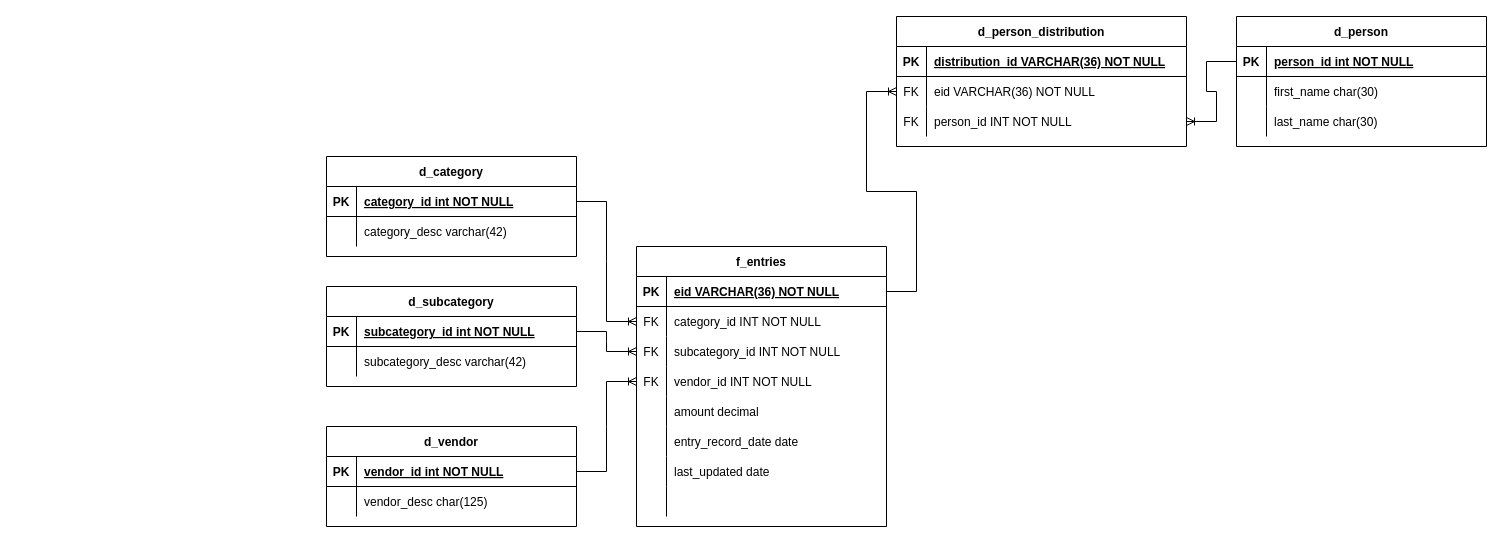
Above: diagram/finance_star_schema.drawio in fatteryacid/penny (draw.io), before the change. Source tidied: cells renumbered, new cells numbered last; positions are measured from the earlier drawing's top-left corner, leaving out a move shared by most shapes. Both pictures are drawn from the tidied source at 100%, with x=0, y=0 at pixel (326, 16).
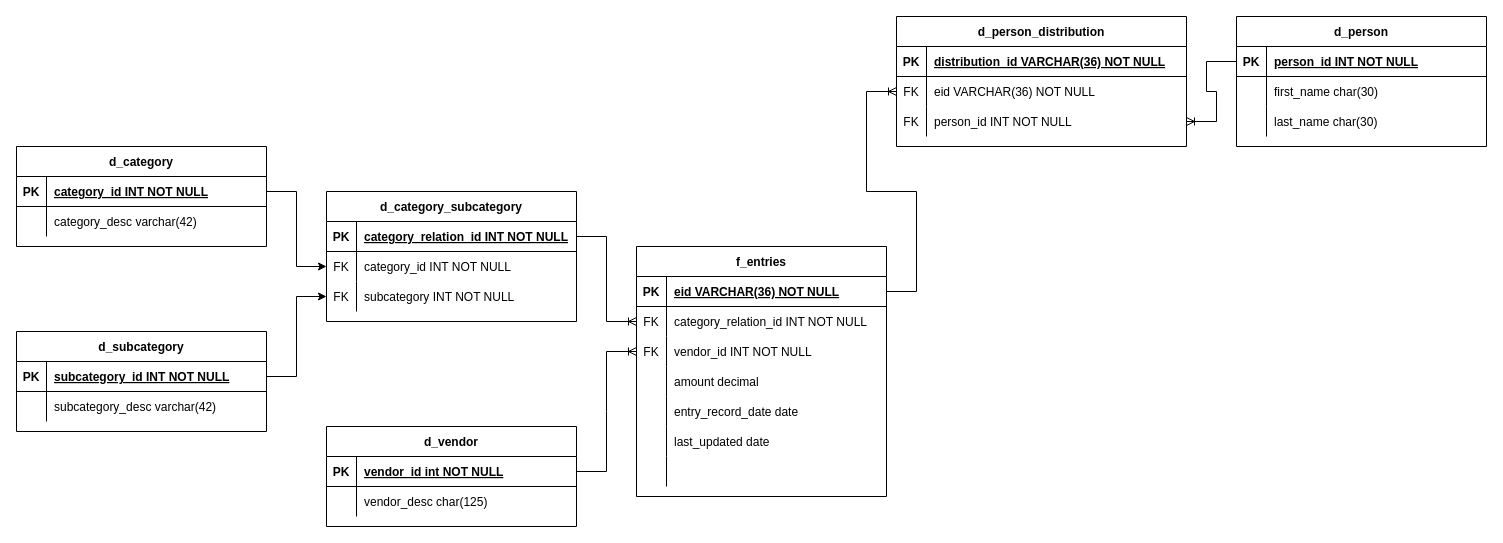
The same diagram, later.

Commit message:
Reworked category and subcategory relation to fact table

The change refers to these unchanged cells:
```xml
<mxCell id="3" style="shape=partialRectangle;fillColor=none;points=[[0,0.5],[1,0.5]];portConstraint=eastwest;top=0;left=0;right=0;bottom=1;" parent="2" vertex="1">
  <mxGeometry y="30" width="250" height="30" as="geometry" />
</mxCell>
<mxCell id="13" style="shape=partialRectangle;fillColor=none;points=[[0,0.5],[1,0.5]];portConstraint=eastwest;top=0;left=0;right=0;bottom=1;" parent="12" vertex="1">
  <mxGeometry y="30" width="250" height="30" as="geometry" />
</mxCell>
<mxCell id="23" style="shape=partialRectangle;fillColor=none;points=[[0,0.5],[1,0.5]];portConstraint=eastwest;top=0;left=0;right=0;bottom=0;" parent="19" vertex="1">
  <mxGeometry y="60" width="250" height="30" as="geometry" />
</mxCell>
<mxCell id="45" style="shape=partialRectangle;fillColor=none;points=[[0,0.5],[1,0.5]];portConstraint=eastwest;top=0;left=0;right=0;bottom=1;" parent="44" vertex="1">
  <mxGeometry y="30" width="250" height="30" as="geometry" />
</mxCell>
```

The edit, as a diff of the source:
```diff
@@
-    <mxCell id="5" value="person_id int NOT NULL" style="shape=partialRectangle;overflow=hidden;fillColor=none;top=0;left=0;bottom=0;right=0;align=left;spacingLeft=6;fontStyle=5;" parent="3" vertex="1">
+    <mxCell id="5" value="person_id INT NOT NULL" style="shape=partialRectangle;overflow=hidden;fillColor=none;top=0;left=0;bottom=0;right=0;align=left;spacingLeft=6;fontStyle=5;" parent="3" vertex="1">
       <mxGeometry x="30" width="220" height="30" as="geometry" />
     </mxCell>
@@
     <mxCell id="12" value="d_category" style="shape=table;startSize=30;childLayout=tableLayout;rowLines=0;fontStyle=1;align=center;" parent="1" vertex="1">
-      <mxGeometry y="140" width="250" height="100" as="geometry" />
+      <mxGeometry x="-310" y="130" width="250" height="100" as="geometry" />
     </mxCell>
@@
-    <mxCell id="15" value="category_id int NOT NULL" style="shape=partialRectangle;overflow=hidden;fillColor=none;top=0;left=0;bottom=0;right=0;align=left;spacingLeft=6;fontStyle=5;" parent="13" vertex="1">
+    <mxCell id="15" value="category_id INT NOT NULL" style="shape=partialRectangle;overflow=hidden;fillColor=none;top=0;left=0;bottom=0;right=0;align=left;spacingLeft=6;fontStyle=5;" parent="13" vertex="1">
       <mxGeometry x="30" width="220" height="30" as="geometry" />
     </mxCell>
@@
     <mxCell id="19" value="f_entries" style="shape=table;startSize=30;childLayout=tableLayout;rowLines=0;fontStyle=1;align=center;" parent="1" vertex="1">
-      <mxGeometry x="310" y="230" width="250" height="280" as="geometry" />
+      <mxGeometry x="310" y="230" width="250" height="250" as="geometry" />
     </mxCell>
@@
-    <mxCell id="25" value="category_id INT NOT NULL" style="shape=partialRectangle;overflow=hidden;fillColor=none;top=0;left=0;bottom=0;right=0;align=left;spacingLeft=6;" parent="23" vertex="1">
+    <mxCell id="25" value="category_relation_id INT NOT NULL" style="shape=partialRectangle;overflow=hidden;fillColor=none;top=0;left=0;bottom=0;right=0;align=left;spacingLeft=6;" parent="23" vertex="1">
       <mxGeometry x="30" width="220" height="30" as="geometry" />
     </mxCell>
-    <mxCell id="26" style="shape=partialRectangle;fillColor=none;points=[[0,0.5],[1,0.5]];portConstraint=eastwest;top=0;left=0;right=0;bottom=0;" parent="19" vertex="1">
-      <mxGeometry y="90" width="250" height="30" as="geometry" />
-    </mxCell>
-    <mxCell id="27" value="FK" style="shape=partialRectangle;overflow=hidden;fillColor=none;top=0;left=0;bottom=0;right=0;" parent="26" vertex="1">
-      <mxGeometry width="30" height="30" as="geometry" />
-    </mxCell>
-    <mxCell id="28" value="subcategory_id INT NOT NULL" style="shape=partialRectangle;overflow=hidden;fillColor=none;top=0;left=0;bottom=0;right=0;align=left;spacingLeft=6;" parent="26" vertex="1">
-      <mxGeometry x="30" width="220" height="30" as="geometry" />
-    </mxCell>
     <mxCell id="29" style="shape=partialRectangle;fillColor=none;points=[[0,0.5],[1,0.5]];portConstraint=eastwest;top=0;left=0;right=0;bottom=0;" parent="19" vertex="1">
-      <mxGeometry y="120" width="250" height="30" as="geometry" />
+      <mxGeometry y="90" width="250" height="30" as="geometry" />
     </mxCell>
@@
     <mxCell id="32" style="shape=partialRectangle;fillColor=none;top=0;left=0;right=0;bottom=0;" parent="19" vertex="1">
-      <mxGeometry y="150" width="250" height="30" as="geometry" />
+      <mxGeometry y="120" width="250" height="30" as="geometry" />
     </mxCell>
@@
     <mxCell id="35" style="shape=partialRectangle;fillColor=none;top=0;left=0;right=0;bottom=0;" parent="19" vertex="1">
-      <mxGeometry y="180" width="250" height="30" as="geometry" />
+      <mxGeometry y="150" width="250" height="30" as="geometry" />
     </mxCell>
@@
     <mxCell id="38" style="shape=partialRectangle;fillColor=none;top=0;left=0;right=0;bottom=0;" parent="19" vertex="1">
-      <mxGeometry y="210" width="250" height="30" as="geometry" />
+      <mxGeometry y="180" width="250" height="30" as="geometry" />
     </mxCell>
@@
     <mxCell id="41" style="shape=partialRectangle;fillColor=none;top=0;left=0;right=0;bottom=0;" parent="19" vertex="1">
-      <mxGeometry y="240" width="250" height="30" as="geometry" />
+      <mxGeometry y="210" width="250" height="30" as="geometry" />
     </mxCell>
@@
     <mxCell id="44" value="d_subcategory" style="shape=table;startSize=30;childLayout=tableLayout;rowLines=0;fontStyle=1;align=center;" parent="1" vertex="1">
-      <mxGeometry y="270" width="250" height="100" as="geometry" />
+      <mxGeometry x="-310" y="315" width="250" height="100" as="geometry" />
     </mxCell>
@@
-    <mxCell id="47" value="subcategory_id int NOT NULL" style="shape=partialRectangle;overflow=hidden;fillColor=none;top=0;left=0;bottom=0;right=0;align=left;spacingLeft=6;fontStyle=5;" parent="45" vertex="1">
+    <mxCell id="47" value="subcategory_id INT NOT NULL" style="shape=partialRectangle;overflow=hidden;fillColor=none;top=0;left=0;bottom=0;right=0;align=left;spacingLeft=6;fontStyle=5;" parent="45" vertex="1">
       <mxGeometry x="30" width="220" height="30" as="geometry" />
     </mxCell>
@@
-    <mxCell id="68" style="edgeStyle=entityRelationEdgeStyle;fontSize=12;html=1;endArrow=ERoneToMany;rounded=0;exitX=1;exitY=0.5;exitDx=0;exitDy=0;entryX=0;entryY=0.5;entryDx=0;entryDy=0;" parent="1" edge="1" source="45" target="26">
-      <mxGeometry relative="1" as="geometry" />
-    </mxCell>
@@
-    <mxCell id="70" style="edgeStyle=entityRelationEdgeStyle;fontSize=12;html=1;endArrow=ERoneToMany;rounded=0;exitX=1;exitY=0.5;exitDx=0;exitDy=0;entryX=0;entryY=0.5;entryDx=0;entryDy=0;" parent="1" edge="1" source="13" target="23">
-      <mxGeometry relative="1" as="geometry" />
-    </mxCell>
@@
+    <mxCell id="73" value="d_category_subcategory" style="shape=table;startSize=30;childLayout=tableLayout;rowLines=0;fontStyle=1;align=center;" parent="1" vertex="1">
+      <mxGeometry y="175" width="250" height="130" as="geometry" />
+    </mxCell>
+    <mxCell id="74" style="shape=partialRectangle;fillColor=none;points=[[0,0.5],[1,0.5]];portConstraint=eastwest;top=0;left=0;right=0;bottom=1;" parent="73" vertex="1">
+      <mxGeometry y="30" width="250" height="30" as="geometry" />
+    </mxCell>
+    <mxCell id="75" value="PK" style="shape=partialRectangle;overflow=hidden;fillColor=none;top=0;left=0;bottom=0;right=0;fontStyle=1;" parent="74" vertex="1">
+      <mxGeometry width="30" height="30" as="geometry" />
+    </mxCell>
+    <mxCell id="76" value="category_relation_id INT NOT NULL" style="shape=partialRectangle;overflow=hidden;fillColor=none;top=0;left=0;bottom=0;right=0;align=left;spacingLeft=6;fontStyle=5;" parent="74" vertex="1">
+      <mxGeometry x="30" width="220" height="30" as="geometry" />
+    </mxCell>
+    <mxCell id="77" style="shape=partialRectangle;fillColor=none;points=[[0,0.5],[1,0.5]];portConstraint=eastwest;top=0;left=0;right=0;bottom=0;" parent="73" vertex="1">
+      <mxGeometry y="60" width="250" height="30" as="geometry" />
+    </mxCell>
+    <mxCell id="78" value="FK" style="shape=partialRectangle;overflow=hidden;fillColor=none;top=0;left=0;bottom=0;right=0;" parent="77" vertex="1">
+      <mxGeometry width="30" height="30" as="geometry" />
+    </mxCell>
+    <mxCell id="79" value="category_id INT NOT NULL" style="shape=partialRectangle;overflow=hidden;fillColor=none;top=0;left=0;bottom=0;right=0;align=left;spacingLeft=6;" parent="77" vertex="1">
+      <mxGeometry x="30" width="220" height="30" as="geometry" />
+    </mxCell>
+    <mxCell id="26" style="shape=partialRectangle;fillColor=none;points=[[0,0.5],[1,0.5]];portConstraint=eastwest;top=0;left=0;right=0;bottom=0;" parent="73" vertex="1">
+      <mxGeometry y="90" width="250" height="30" as="geometry" />
+    </mxCell>
+    <mxCell id="80" value="FK" style="shape=partialRectangle;overflow=hidden;fillColor=none;top=0;left=0;bottom=0;right=0;" parent="26" vertex="1">
+      <mxGeometry width="30" height="30" as="geometry" />
+    </mxCell>
+    <mxCell id="81" value="subcategory INT NOT NULL" style="shape=partialRectangle;overflow=hidden;fillColor=none;top=0;left=0;bottom=0;right=0;align=left;spacingLeft=6;" parent="26" vertex="1">
+      <mxGeometry x="30" width="220" height="30" as="geometry" />
+    </mxCell>
+    <mxCell id="82" style="edgeStyle=entityRelationEdgeStyle;fontSize=12;html=1;endArrow=ERoneToMany;rounded=0;exitX=1;exitY=0.5;exitDx=0;exitDy=0;entryX=0;entryY=0.5;entryDx=0;entryDy=0;" parent="1" edge="1" source="74" target="23">
+      <mxGeometry relative="1" as="geometry" />
+    </mxCell>
+    <mxCell id="83" style="edgeStyle=orthogonalEdgeStyle;rounded=0;jettySize=auto;html=1;" parent="1" edge="1" source="13" target="77">
+      <mxGeometry relative="1" as="geometry" />
+    </mxCell>
+    <mxCell id="68" style="edgeStyle=orthogonalEdgeStyle;rounded=0;jettySize=auto;html=1;entryX=0;entryY=0.5;entryDx=0;entryDy=0;" parent="1" edge="1" source="45" target="26">
+      <mxGeometry relative="1" as="geometry" />
+    </mxCell>
```
